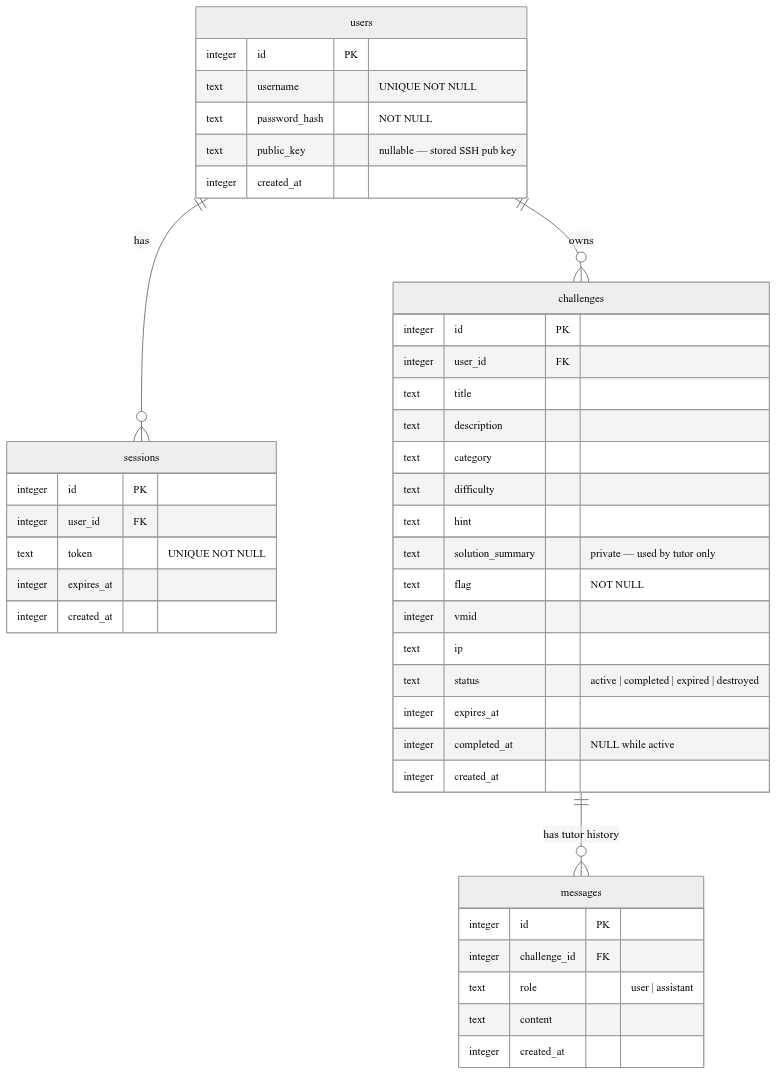
Earlier version of the Mermaid export mermaid/from-spec/data_model.png (Haris-AK/vulnforge-dissertation). Its source is kept beside it as mermaid/from-spec/data_model.mmd. Source of this version:
```mermaid
%%{init: {
  "theme": "neutral",
  "er": {
    "layoutDirection": "TB"
  },
  "themeVariables": {
    "fontFamily": "Times New Roman, serif",
    "fontSize": "13px"
  }
}}%%
erDiagram
    users {
        integer id          PK
        text    username    "UNIQUE NOT NULL"
        text    password_hash "NOT NULL"
        text    public_key  "nullable — stored SSH pub key"
        integer created_at
    }

    sessions {
        integer id          PK
        integer user_id     FK
        text    token       "UNIQUE NOT NULL"
        integer expires_at
        integer created_at
    }

    challenges {
        integer id              PK
        integer user_id         FK
        text    title
        text    description
        text    category
        text    difficulty
        text    hint
        text    solution_summary "private — used by tutor only"
        text    flag            "NOT NULL"
        integer vmid
        text    ip
        text    status          "active | completed | expired | destroyed"
        integer expires_at
        integer completed_at    "NULL while active"
        integer created_at
    }

    messages {
        integer id           PK
        integer challenge_id FK
        text    role         "user | assistant"
        text    content
        integer created_at
    }

    users      ||--o{ sessions   : "has"
    users      ||--o{ challenges : "owns"
    challenges ||--o{ messages   : "has tutor history"
```
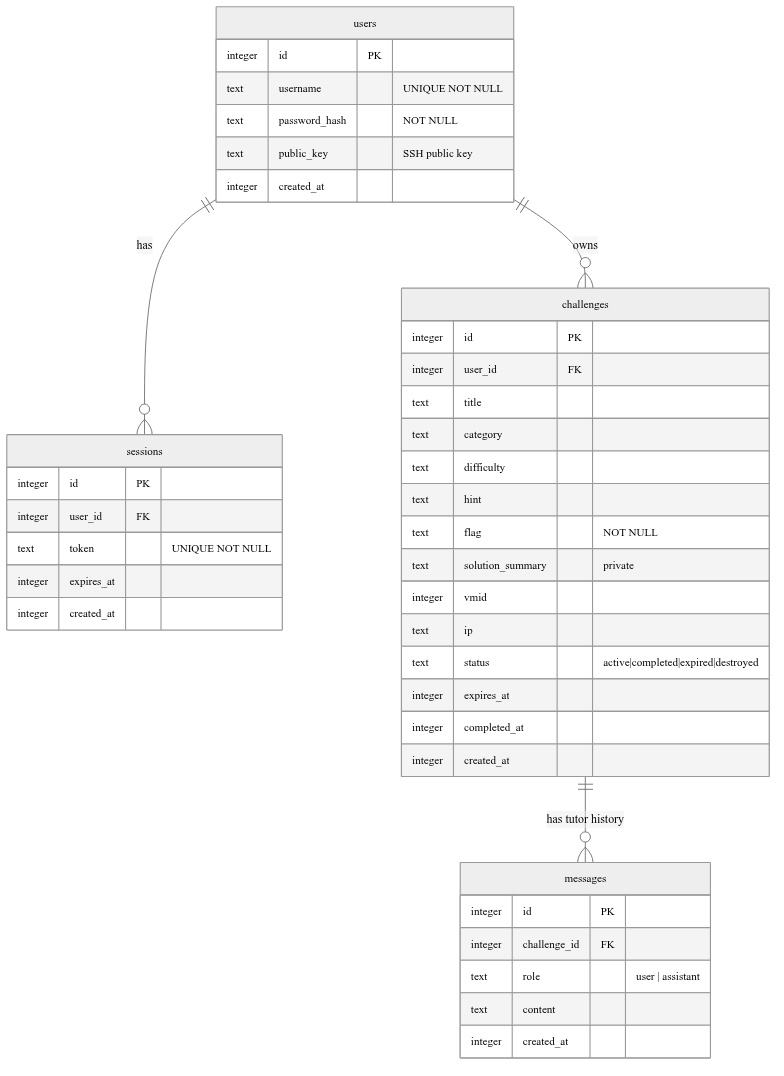
The same diagram one commit later.

Diff of the diagram source:
```diff
@@ -10,36 +10,35 @@
 }}%%
 erDiagram
     users {
-        integer id          PK
-        text    username    "UNIQUE NOT NULL"
+        integer id            PK
+        text    username      "UNIQUE NOT NULL"
         text    password_hash "NOT NULL"
-        text    public_key  "nullable — stored SSH pub key"
+        text    public_key    "SSH public key"
         integer created_at
     }
 
     sessions {
-        integer id          PK
-        integer user_id     FK
-        text    token       "UNIQUE NOT NULL"
+        integer id         PK
+        integer user_id    FK
+        text    token      "UNIQUE NOT NULL"
         integer expires_at
         integer created_at
     }
 
     challenges {
-        integer id              PK
-        integer user_id         FK
+        integer id               PK
+        integer user_id          FK
         text    title
-        text    description
         text    category
         text    difficulty
         text    hint
-        text    solution_summary "private — used by tutor only"
-        text    flag            "NOT NULL"
+        text    flag             "NOT NULL"
+        text    solution_summary "private"
         integer vmid
         text    ip
-        text    status          "active | completed | expired | destroyed"
+        text    status           "active|completed|expired|destroyed"
         integer expires_at
-        integer completed_at    "NULL while active"
+        integer completed_at
         integer created_at
     }
 
```
